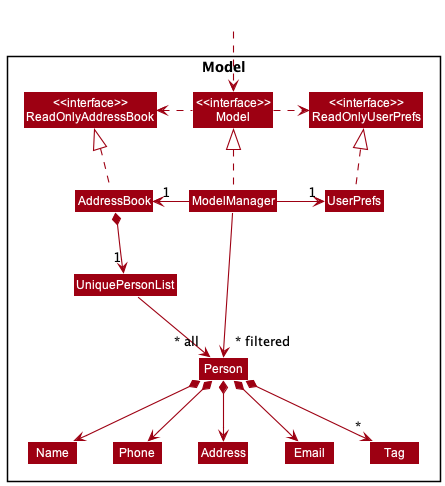
Above: docs/images/ModelClassDiagram.png in nus-cs2103-AY2223S1/tp (PlantUML), before the change.
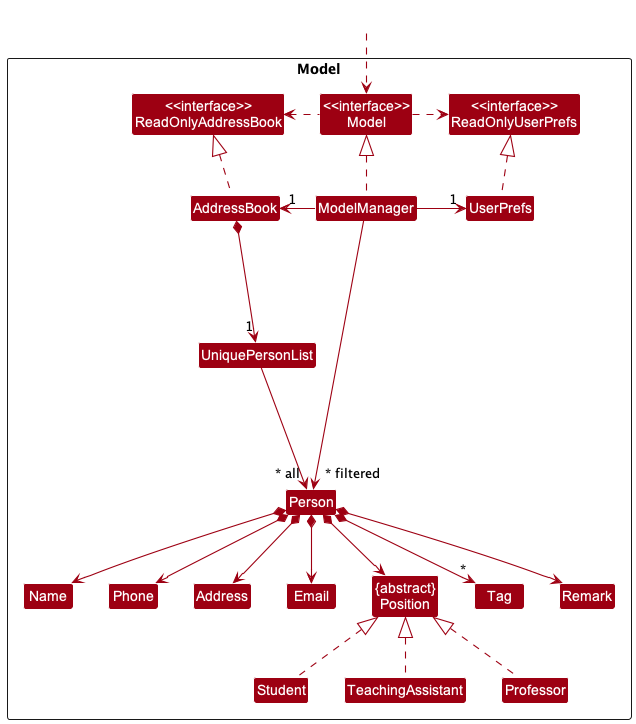
The same file after the commit.

Change to the diagram source:
```diff
@@ -19,7 +19,11 @@
 Class Name
 Class Phone
 Class Tag
-
+Class Remark
+Class "{abstract}\nPosition" as Position
+Class Student
+Class TeachingAssistant
+Class Professor
 }
 
 Class HiddenOutside #FFFFFF
@@ -34,17 +38,23 @@
 ModelManager -right-> "1" UserPrefs
 UserPrefs .up.|> ReadOnlyUserPrefs
 
+Student .up.|> Position
+TeachingAssistant .up.|> Position
+Professor .up.|> Position
+
 AddressBook *--> "1" UniquePersonList
 UniquePersonList --> "~* all" Person
 Person *--> Name
 Person *--> Phone
 Person *--> Email
 Person *--> Address
+Person *--> Remark
 Person *--> "*" Tag
+Person *--> Position
 
 Name -[hidden]right-> Phone
 Phone -[hidden]right-> Address
 Address -[hidden]right-> Email
 
-ModelManager -->"~* filtered" Person
+ModelManager ----->"~* filtered" Person
 @enduml
```
